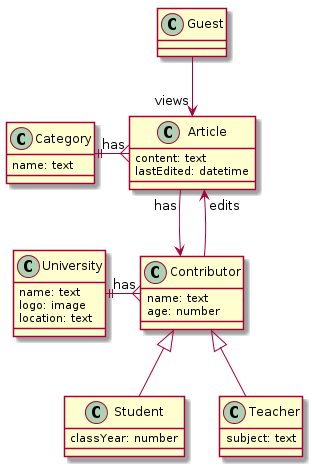
The PlantUML diagram documentation/DomainModel.png in HU-SD-SV2PRFED-studenten-2021/prfed_2021-v2b-2, before a commit. The source it was exported from:
```plantuml
@startuml
class Article {
  content: text
  lastEdited: datetime
}
class Category {
  name: text
}
class Contributor {
  name: text
  age: number
}
class Student {
	classYear: number
}
class Teacher {
	subject: text
}
class University {
  name: text
  logo: image
  location: text
}
class Guest {}

Article "has"--> Contributor
Article "has"}-left-|| Category
Contributor ^-- Teacher
Contributor ^-- Student
University "has"||-right-{ Contributor
Contributor -->"edits" Article
Guest --> "views" Article
@enduml
```
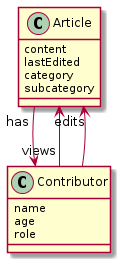
After the change.

Commit message:
Added category matrix

Diff of the diagram source:
```diff
@@ -1,33 +1,17 @@
 @startuml
 class Article {
-  content: text
-  lastEdited: datetime
-}
-class Category {
-  name: text
+  content
+  lastEdited
+  category
+  subcategory
 }
 class Contributor {
-  name: text
-  age: number
+  name
+  age
+  role
 }
-class Student {
-	classYear: number
-}
-class Teacher {
-	subject: text
-}
-class University {
-  name: text
-  logo: image
-  location: text
-}
-class Guest {}
 
+Contributor "views"--> Article
 Article "has"--> Contributor
-Article "has"}-left-|| Category
-Contributor ^-- Teacher
-Contributor ^-- Student
-University "has"||-right-{ Contributor
 Contributor -->"edits" Article
-Guest --> "views" Article
 @enduml
```
